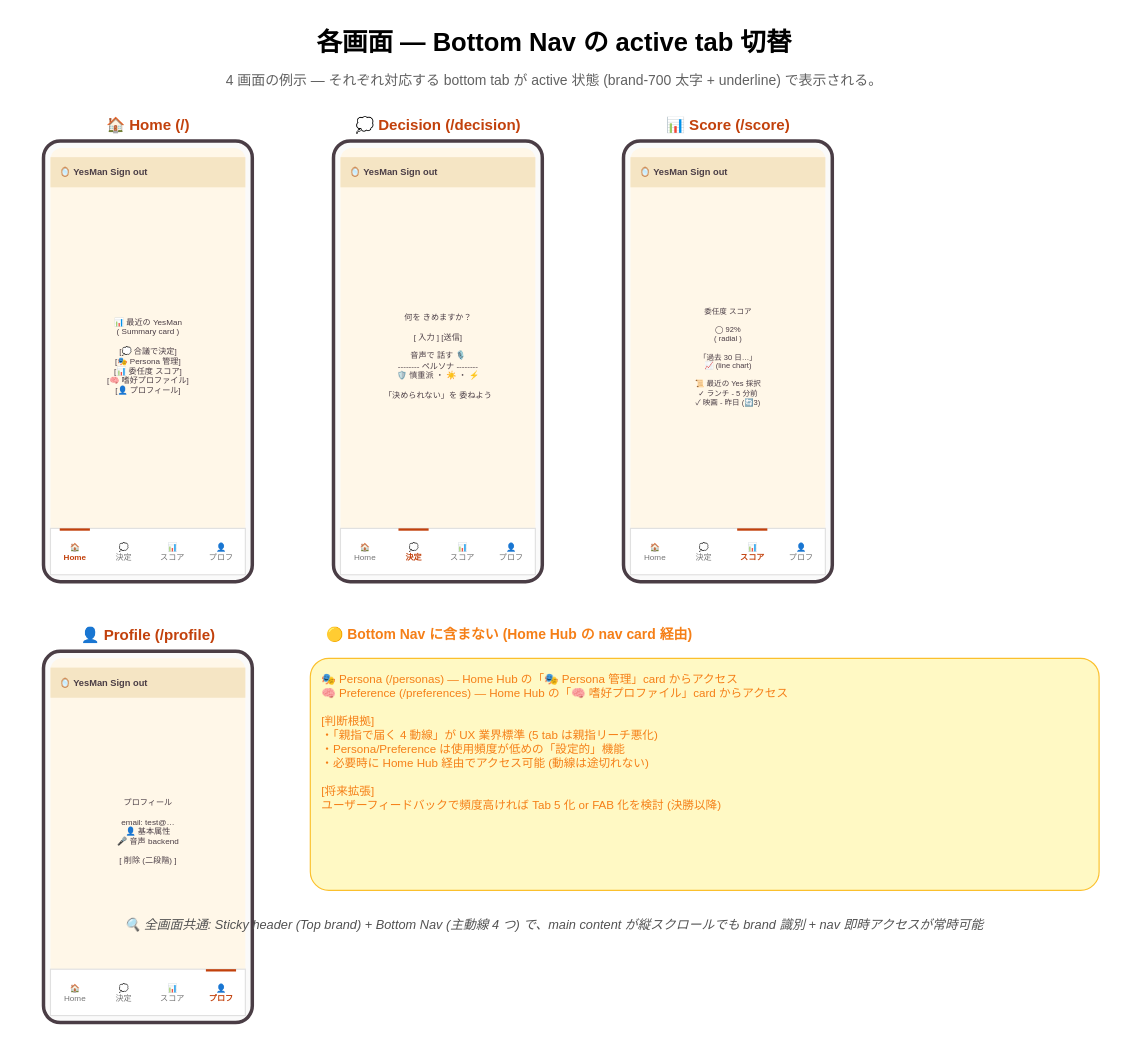
Earlier version of the draw.io diagram page "03_Screens_With_Nav" (3 of 4) of docs/superpowers/specs/diagrams/2026-05-22-mobile-app-polish-screens.drawio (y-morimatsu/yes-man). Source tidied: cells renumbered, new cells numbered last; positions are measured from the earlier drawing's top-left corner, leaving out a move shared by most shapes. Both pictures are drawn from the tidied source at 116%, with x=0, y=0 at pixel (20, 20).
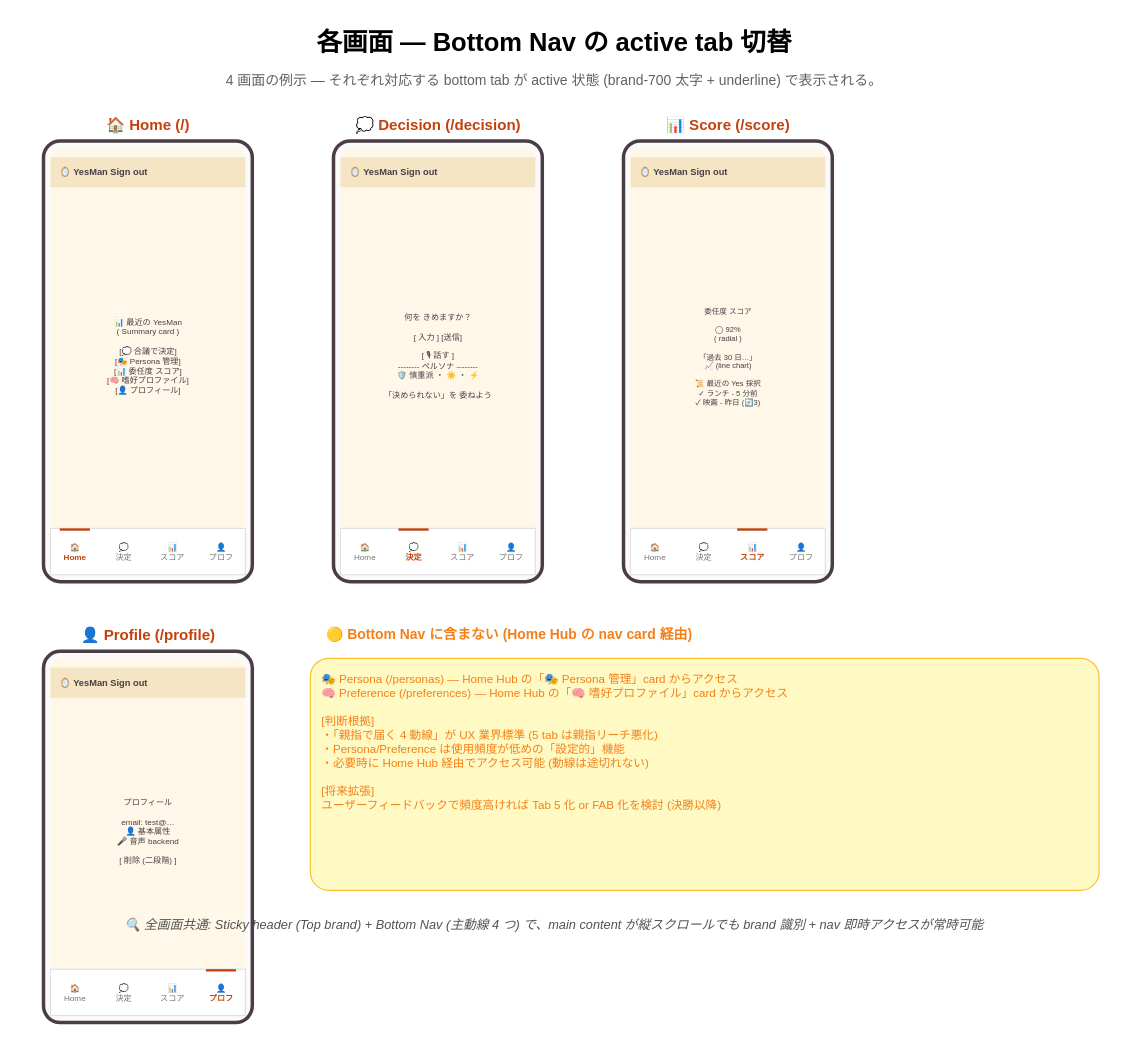
After the change.

Commit message (it also covers changes not shown here):
docs(spec): 設計書を Mobile App Polish + Post-CONSTRUCTION 改修 実装と整合

Change to the diagram source:
```diff
@@
-    <mxCell id="19" value="何を きめますか？&#10;&#10;[ 入力 ]    [送信]&#10;&#10;音声で 話す 🎙️&#10;-------- ペルソナ --------&#10;🛡️ 慎重派 ・ ☀️ ・ ⚡&#10;&#10;「決められない」を 委ねよう" style="text;html=1;strokeColor=none;fillColor=none;align=center;verticalAlign=middle;fontSize=7;fontColor=#4A3D45;" parent="1" vertex="1">
+    <mxCell id="19" value="何を きめますか？&#10;&#10;[ 入力 ]    [送信]&#10;&#10;[ 🎙 話す ]&#10;-------- ペルソナ --------&#10;🛡️ 慎重派 ・ ☀️ ・ ⚡&#10;&#10;「決められない」を 委ねよう" style="text;html=1;strokeColor=none;fillColor=none;align=center;verticalAlign=middle;fontSize=7;fontColor=#4A3D45;" parent="1" vertex="1">
       <mxGeometry x="276" y="150" width="168" height="280" as="geometry" />
     </mxCell>
```
